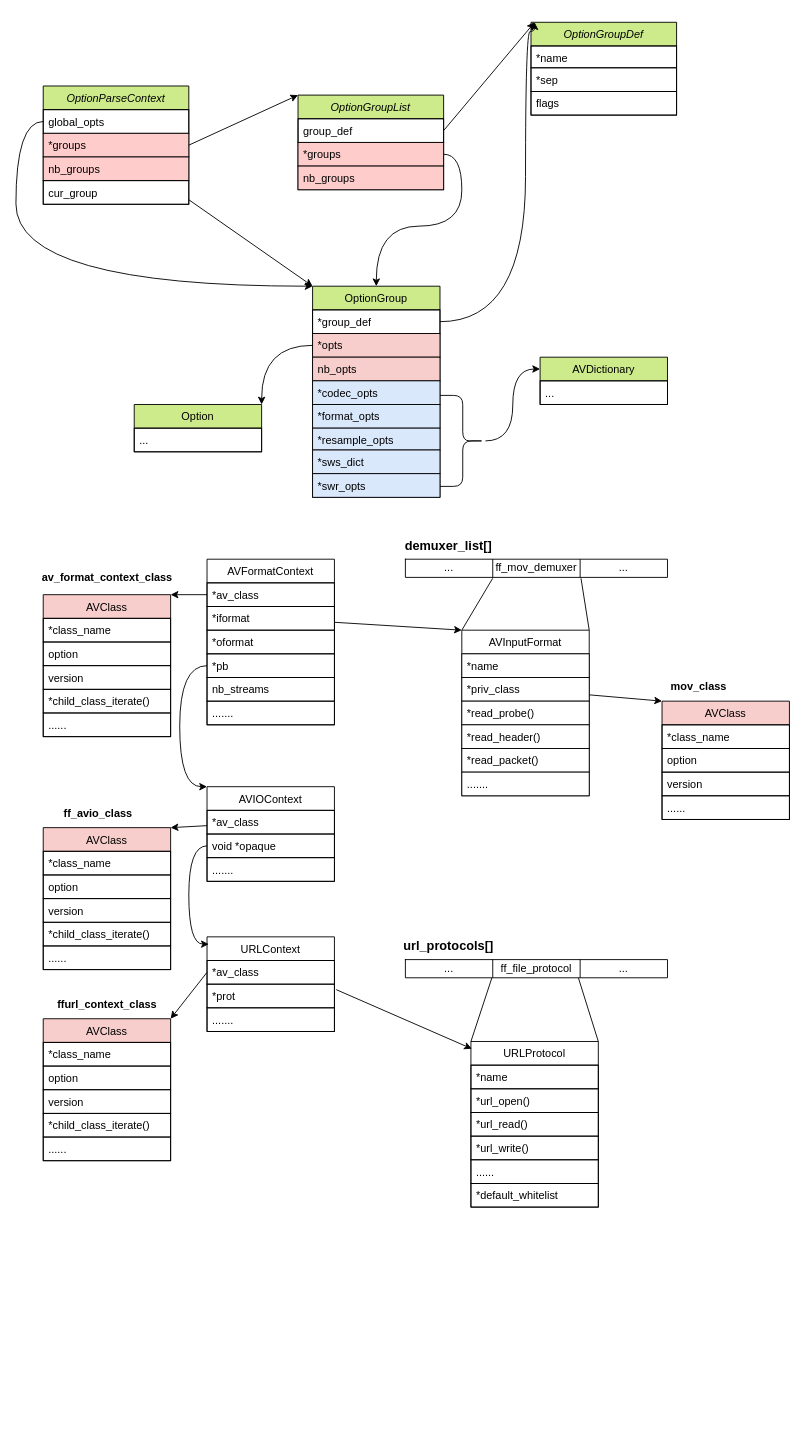
The draw.io diagram ffmpeg.drawio in qiaoshouxing/draw.io, before the edit. Source tidied: cells renumbered, new cells numbered last; positions are measured from the earlier drawing's top-left corner, leaving out a move shared by most shapes. Both pictures are drawn from the tidied source at 91%, with x=0, y=0 at pixel (15, 22).
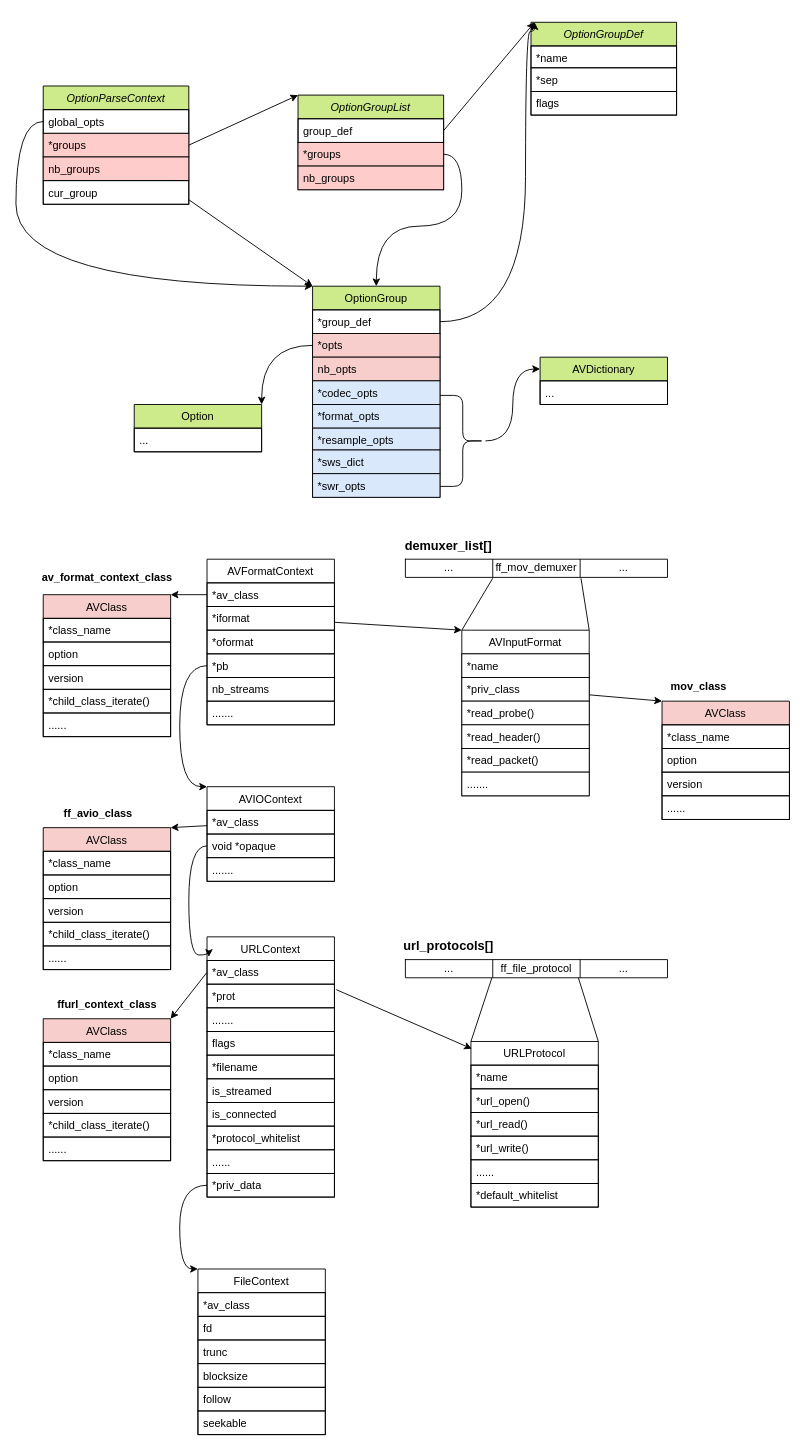
The same diagram, later.

The change refers to these unchanged cells:
```xml
<mxCell id="58" value="void *opaque" style="text;fillColor=none;align=left;verticalAlign=top;spacingLeft=4;spacingRight=4;overflow=hidden;points=[[0,0.5],[1,0.5]];portConstraint=eastwest;strokeColor=#000000;" parent="56" vertex="1">
  <mxGeometry y="52" width="140" height="26" as="geometry" />
</mxCell>
```

The edit, as a diff of the source:
```diff
@@
     <mxCell id="37" value="URLContext" style="swimlane;fontStyle=0;horizontal=1;startSize=26;fillColor=none;" parent="1" vertex="1">
-      <mxGeometry x="210" y="1005" width="140" height="104" as="geometry" />
+      <mxGeometry x="210" y="1005" width="140" height="286" as="geometry" />
     </mxCell>
@@
+    <mxCell id="117" value="flags" style="text;fillColor=none;align=left;verticalAlign=top;spacingLeft=4;spacingRight=4;overflow=hidden;strokeColor=#000000;" parent="37" vertex="1">
+      <mxGeometry y="104" width="140" height="26" as="geometry" />
+    </mxCell>
+    <mxCell id="118" value="*filename" style="text;fillColor=none;align=left;verticalAlign=top;spacingLeft=4;spacingRight=4;overflow=hidden;strokeColor=#000000;" parent="37" vertex="1">
+      <mxGeometry y="130" width="140" height="26" as="geometry" />
+    </mxCell>
+    <mxCell id="119" value="is_streamed" style="text;fillColor=none;align=left;verticalAlign=top;spacingLeft=4;spacingRight=4;overflow=hidden;strokeColor=#000000;" parent="37" vertex="1">
+      <mxGeometry y="156" width="140" height="26" as="geometry" />
+    </mxCell>
+    <mxCell id="120" value="is_connected" style="text;fillColor=none;align=left;verticalAlign=top;spacingLeft=4;spacingRight=4;overflow=hidden;strokeColor=#000000;" parent="37" vertex="1">
+      <mxGeometry y="182" width="140" height="26" as="geometry" />
+    </mxCell>
+    <mxCell id="121" value="*protocol_whitelist" style="text;fillColor=none;align=left;verticalAlign=top;spacingLeft=4;spacingRight=4;overflow=hidden;strokeColor=#000000;" parent="37" vertex="1">
+      <mxGeometry y="208" width="140" height="26" as="geometry" />
+    </mxCell>
+    <mxCell id="122" value="......" style="text;fillColor=none;align=left;verticalAlign=top;spacingLeft=4;spacingRight=4;overflow=hidden;strokeColor=#000000;" parent="37" vertex="1">
+      <mxGeometry y="234" width="140" height="26" as="geometry" />
+    </mxCell>
+    <mxCell id="123" value="*priv_data" style="text;fillColor=none;align=left;verticalAlign=top;spacingLeft=4;spacingRight=4;overflow=hidden;points=[[0,0.5],[1,0.5]];portConstraint=eastwest;strokeColor=#000000;" parent="37" vertex="1">
+      <mxGeometry y="260" width="140" height="26" as="geometry" />
+    </mxCell>
@@
     <mxCell id="60" style="edgeStyle=orthogonalEdgeStyle;rounded=0;jettySize=auto;html=1;entryX=0.014;entryY=0.077;entryDx=0;entryDy=0;entryPerimeter=0;exitX=0;exitY=0.5;exitDx=0;exitDy=0;curved=1;" parent="1" edge="1" source="58" target="37">
       <mxGeometry relative="1" as="geometry">
         <Array as="points">
           <mxPoint x="190" y="905" />
-          <mxPoint x="190" y="1013" />
+          <mxPoint x="190" y="1025" />
         </Array>
       </mxGeometry>
     </mxCell>
@@
+    <mxCell id="124" value="FileContext" style="swimlane;fontStyle=0;horizontal=1;startSize=26;fillColor=none;" parent="1" vertex="1">
+      <mxGeometry x="200" y="1370" width="140" height="182" as="geometry" />
+    </mxCell>
+    <mxCell id="125" value="*av_class" style="text;fillColor=none;align=left;verticalAlign=top;spacingLeft=4;spacingRight=4;overflow=hidden;strokeColor=#000000;" parent="124" vertex="1">
+      <mxGeometry y="26" width="140" height="26" as="geometry" />
+    </mxCell>
+    <mxCell id="126" value="fd" style="text;fillColor=none;align=left;verticalAlign=top;spacingLeft=4;spacingRight=4;overflow=hidden;strokeColor=#000000;" parent="124" vertex="1">
+      <mxGeometry y="52" width="140" height="26" as="geometry" />
+    </mxCell>
+    <mxCell id="127" value="trunc" style="text;fillColor=none;align=left;verticalAlign=top;spacingLeft=4;spacingRight=4;overflow=hidden;strokeColor=#000000;" parent="124" vertex="1">
+      <mxGeometry y="78" width="140" height="26" as="geometry" />
+    </mxCell>
+    <mxCell id="128" value="blocksize" style="text;fillColor=none;align=left;verticalAlign=top;spacingLeft=4;spacingRight=4;overflow=hidden;strokeColor=#000000;" parent="124" vertex="1">
+      <mxGeometry y="104" width="140" height="26" as="geometry" />
+    </mxCell>
+    <mxCell id="129" value="follow" style="text;fillColor=none;align=left;verticalAlign=top;spacingLeft=4;spacingRight=4;overflow=hidden;strokeColor=#000000;" parent="124" vertex="1">
+      <mxGeometry y="130" width="140" height="26" as="geometry" />
+    </mxCell>
+    <mxCell id="130" value="seekable" style="text;fillColor=none;align=left;verticalAlign=top;spacingLeft=4;spacingRight=4;overflow=hidden;strokeColor=#000000;" parent="124" vertex="1">
+      <mxGeometry y="156" width="140" height="26" as="geometry" />
+    </mxCell>
+    <mxCell id="131" style="edgeStyle=orthogonalEdgeStyle;rounded=0;jettySize=auto;html=1;entryX=0;entryY=0;entryDx=0;entryDy=0;startArrow=none;startFill=0;endArrow=classic;endFill=1;strokeColor=#000000;fontSize=12;exitX=0;exitY=0.5;exitDx=0;exitDy=0;curved=1;" parent="1" edge="1" source="123" target="124">
+      <mxGeometry relative="1" as="geometry">
+        <Array as="points">
+          <mxPoint x="180" y="1278" />
+          <mxPoint x="180" y="1370" />
+        </Array>
+      </mxGeometry>
+    </mxCell>
```
